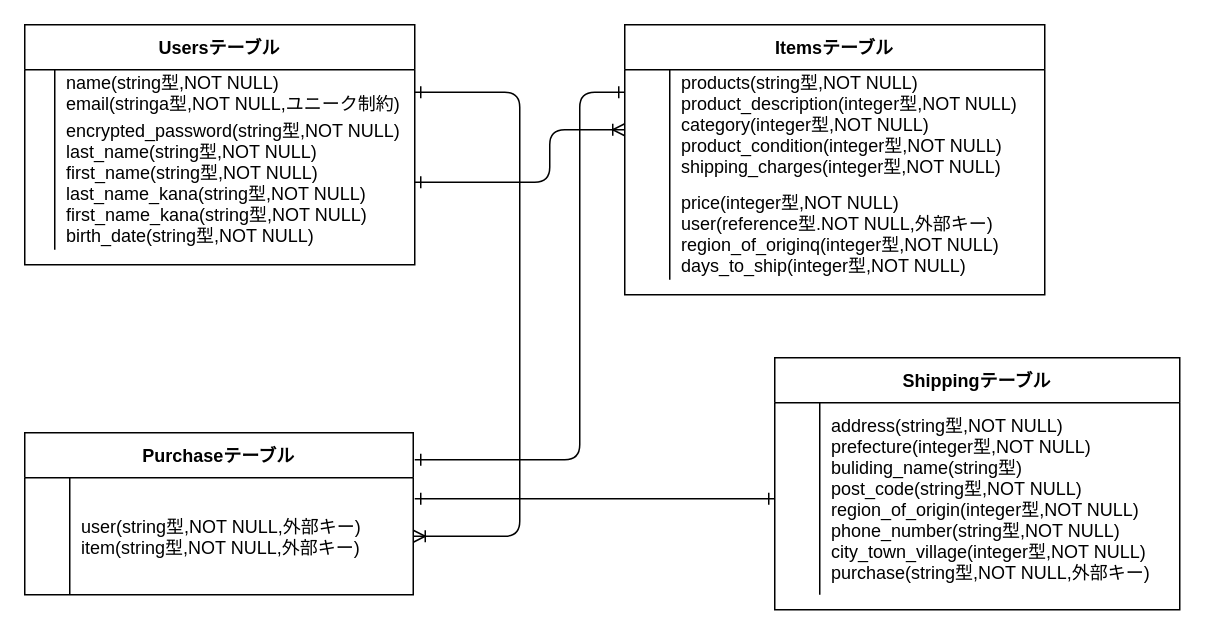
Above: bin/er.dio in syun031/furima-39700 (draw.io), before the change. Source tidied: cells renumbered, new cells numbered last; positions are measured from the earlier drawing's top-left corner, leaving out a move shared by most shapes. Both pictures are drawn from the tidied source at 150%, with x=0, y=0 at pixel (24, 24).
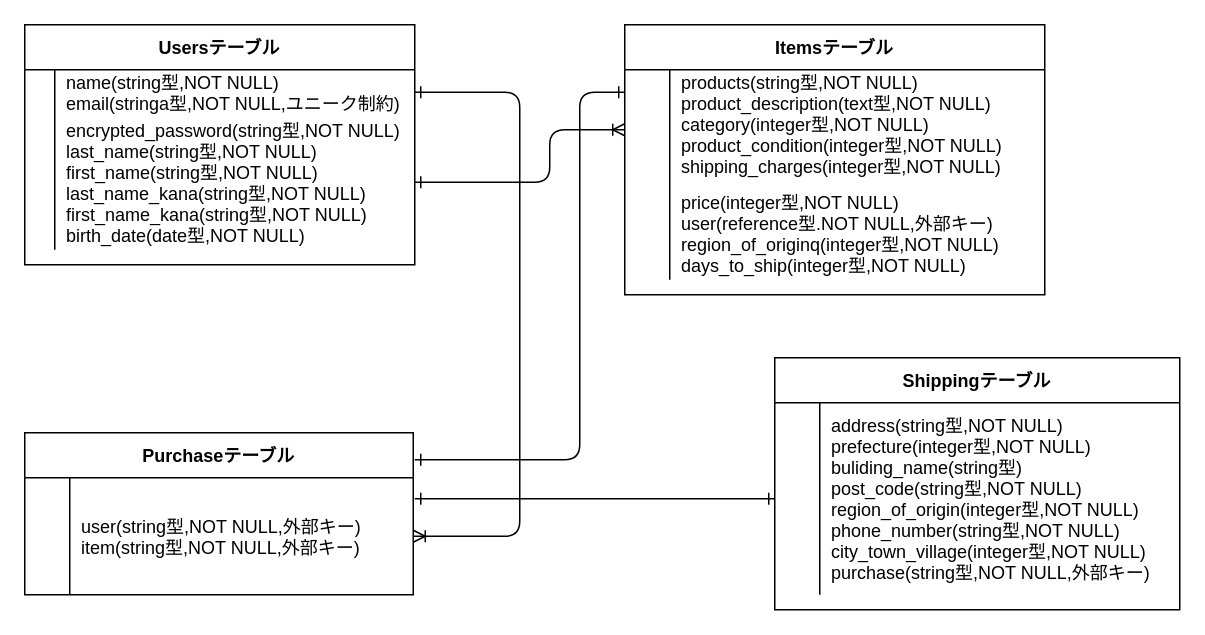
Above is the later version.

The change refers to these unchanged cells:
```xml
<mxCell id="6" style="shape=tableRow;horizontal=0;startSize=0;swimlaneHead=0;swimlaneBody=0;fillColor=none;points=[[0,0.5],[1,0.5]];portConstraint=eastwest;top=0;left=0;right=0;bottom=0;" parent="2" vertex="1">
  <mxGeometry y="60" width="260" height="90" as="geometry" />
</mxCell>
<mxCell id="11" style="shape=tableRow;horizontal=0;startSize=0;swimlaneHead=0;swimlaneBody=0;fillColor=none;points=[[0,0.5],[1,0.5]];portConstraint=eastwest;top=0;left=0;right=0;bottom=0;swimlaneLine=1;" parent="10" vertex="1">
  <mxGeometry y="30" width="280" height="80" as="geometry" />
</mxCell>
```

Diff of the diagram source:
```diff
@@
-    <mxCell id="8" value="encrypted_password(string型,NOT NULL)&#10;last_name(string型,NOT NULL)&#10;first_name(string型,NOT NULL)&#10;last_name_kana(string型,NOT NULL)&#10;first_name_kana(string型,NOT NULL)&#10;birth_date(string型,NOT NULL)" style="shape=partialRectangle;fillColor=none;top=0;left=0;bottom=0;right=0;align=left;spacingLeft=6;overflow=hidden;" parent="6" vertex="1">
+    <mxCell id="8" value="encrypted_password(string型,NOT NULL)&#10;last_name(string型,NOT NULL)&#10;first_name(string型,NOT NULL)&#10;last_name_kana(string型,NOT NULL)&#10;first_name_kana(string型,NOT NULL)&#10;birth_date(date型,NOT NULL)" style="shape=partialRectangle;fillColor=none;top=0;left=0;bottom=0;right=0;align=left;spacingLeft=6;overflow=hidden;" parent="6" vertex="1">
       <mxGeometry x="20" width="240" height="90" as="geometry" />
     </mxCell>
@@
-    <mxCell id="13" value="products(string型,NOT NULL)&#10;product_description(integer型,NOT NULL)&#10;category(integer型,NOT NULL)&#10;product_condition(integer型,NOT NULL)&#10;shipping_charges(integer型,NOT NULL)&#10;" style="shape=partialRectangle;fillColor=none;top=0;left=0;bottom=0;right=0;align=left;spacingLeft=6;overflow=hidden;" parent="11" vertex="1">
+    <mxCell id="13" value="products(string型,NOT NULL)&#10;product_description(text型,NOT NULL)&#10;category(integer型,NOT NULL)&#10;product_condition(integer型,NOT NULL)&#10;shipping_charges(integer型,NOT NULL)&#10;" style="shape=partialRectangle;fillColor=none;top=0;left=0;bottom=0;right=0;align=left;spacingLeft=6;overflow=hidden;" parent="11" vertex="1">
       <mxGeometry x="30" width="250" height="80" as="geometry" />
     </mxCell>
```
